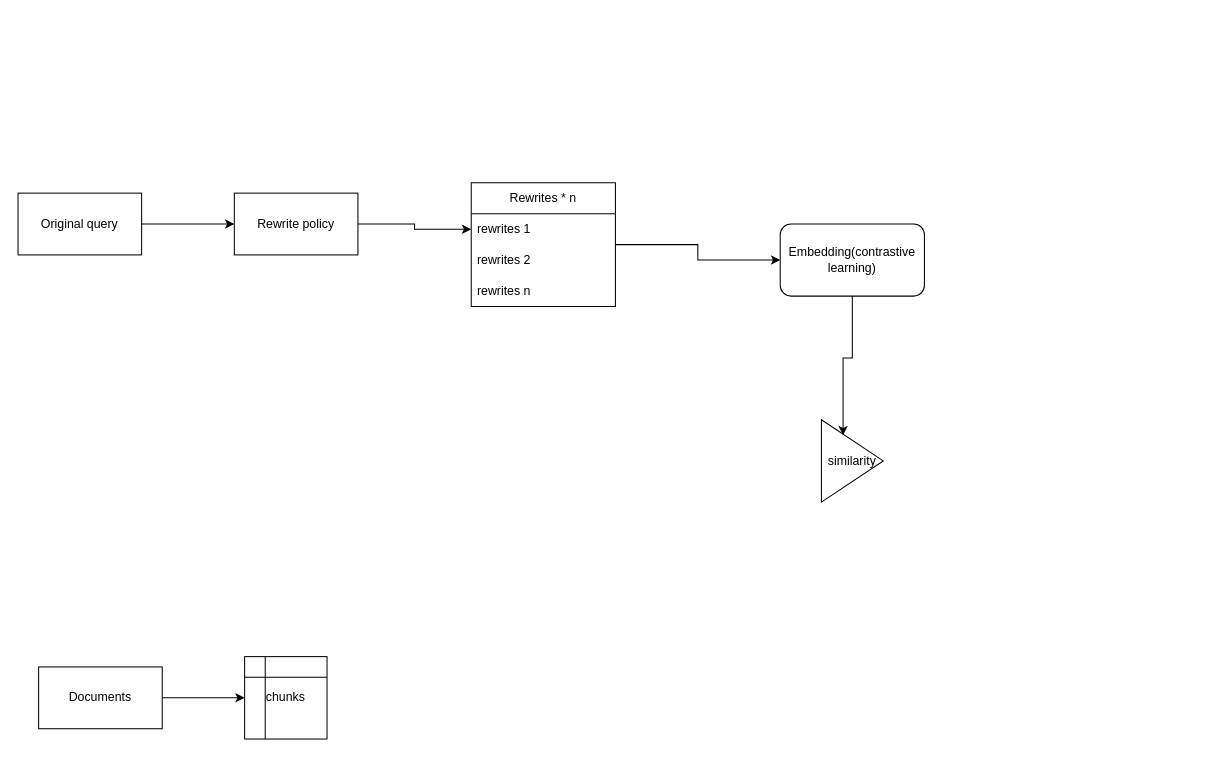
Before: Untitled Diagram.drawio in ethanchan61/offline_dqn, a draw.io diagram. Source tidied: cells renumbered, new cells numbered last; positions are measured from the earlier drawing's top-left corner, leaving out a move shared by most shapes. Both pictures are drawn from the tidied source at 103%, with x=0, y=0 at pixel (18, 182).
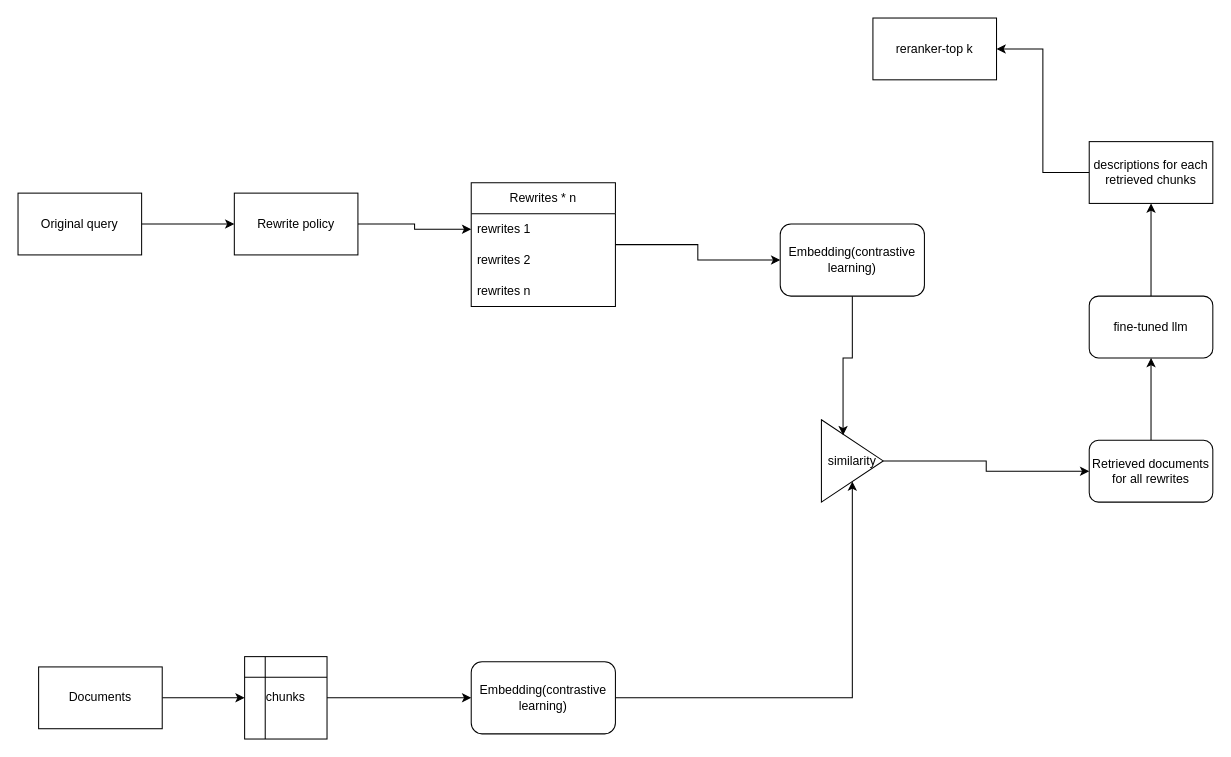
The same diagram, later.

Unchanged cells that the change refers to:
```xml
<mxCell id="12" value="similarity" style="triangle;whiteSpace=wrap;html=1;" parent="1" vertex="1">
  <mxGeometry x="780" y="230" width="60" height="80" as="geometry" />
</mxCell>
<mxCell id="16" value="chunks" style="shape=internalStorage;whiteSpace=wrap;html=1;backgroundOutline=1;" parent="1" vertex="1">
  <mxGeometry x="220" y="460" width="80" height="80" as="geometry" />
</mxCell>
```

Diff of the diagram source:
```diff
@@
+    <mxCell id="17" style="edgeStyle=orthogonalEdgeStyle;rounded=0;jettySize=auto;html=1;entryX=0;entryY=0.5;entryDx=0;entryDy=0;" parent="1" edge="1" source="12" target="22">
+      <mxGeometry relative="1" as="geometry" />
+    </mxCell>
@@
+    <mxCell id="18" style="edgeStyle=orthogonalEdgeStyle;rounded=0;jettySize=auto;html=1;entryX=0;entryY=0.5;entryDx=0;entryDy=0;" parent="1" edge="1" source="16" target="20">
+      <mxGeometry relative="1" as="geometry" />
+    </mxCell>
@@
+    <mxCell id="19" style="edgeStyle=orthogonalEdgeStyle;rounded=0;jettySize=auto;html=1;entryX=0.5;entryY=1;entryDx=0;entryDy=0;" parent="1" edge="1" source="20" target="12">
+      <mxGeometry relative="1" as="geometry" />
+    </mxCell>
+    <mxCell id="20" value="Embedding(contrastive learning)" style="rounded=1;whiteSpace=wrap;html=1;" parent="1" vertex="1">
+      <mxGeometry x="440" y="465" width="140" height="70" as="geometry" />
+    </mxCell>
+    <mxCell id="21" style="edgeStyle=orthogonalEdgeStyle;rounded=0;jettySize=auto;html=1;" parent="1" edge="1" source="22" target="24">
+      <mxGeometry relative="1" as="geometry" />
+    </mxCell>
+    <mxCell id="22" value="Retrieved documents for all rewrites" style="rounded=1;whiteSpace=wrap;html=1;" parent="1" vertex="1">
+      <mxGeometry x="1040" y="250" width="120" height="60" as="geometry" />
+    </mxCell>
+    <mxCell id="23" style="edgeStyle=orthogonalEdgeStyle;rounded=0;jettySize=auto;html=1;entryX=0.5;entryY=1;entryDx=0;entryDy=0;" parent="1" edge="1" source="24" target="26">
+      <mxGeometry relative="1" as="geometry" />
+    </mxCell>
+    <mxCell id="24" value="fine-tuned llm" style="rounded=1;whiteSpace=wrap;html=1;" parent="1" vertex="1">
+      <mxGeometry x="1040" y="110" width="120" height="60" as="geometry" />
+    </mxCell>
+    <mxCell id="25" style="edgeStyle=orthogonalEdgeStyle;rounded=0;jettySize=auto;html=1;entryX=1;entryY=0.5;entryDx=0;entryDy=0;" parent="1" edge="1" source="26" target="27">
+      <mxGeometry relative="1" as="geometry" />
+    </mxCell>
+    <mxCell id="26" value="descriptions for each retrieved chunks" style="rounded=0;whiteSpace=wrap;html=1;" parent="1" vertex="1">
+      <mxGeometry x="1040" y="-40" width="120" height="60" as="geometry" />
+    </mxCell>
+    <mxCell id="27" value="reranker-top k" style="rounded=0;whiteSpace=wrap;html=1;" parent="1" vertex="1">
+      <mxGeometry x="830" y="-160" width="120" height="60" as="geometry" />
+    </mxCell>
```
